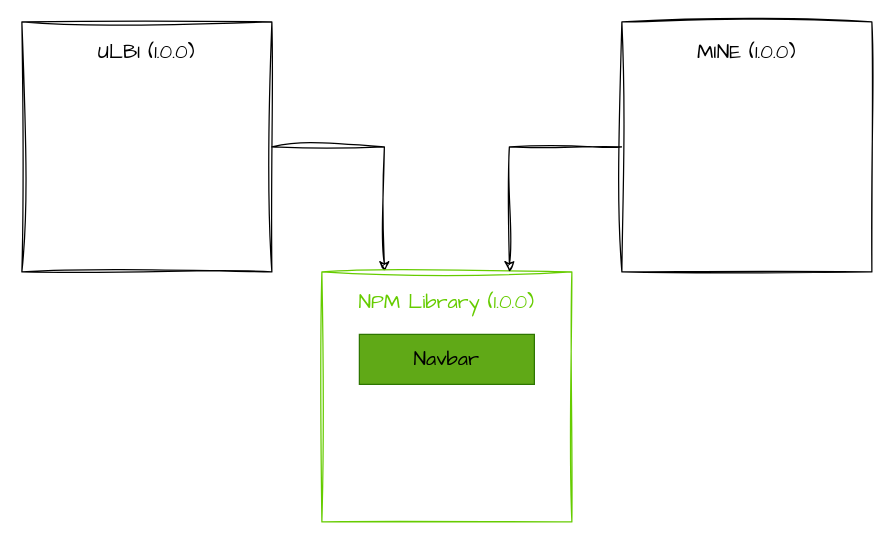
Before: page "NPM" (2 of 5) of architecture.dio in Elijah-I/ULBI, a draw.io diagram. Source tidied: cells renumbered, new cells numbered last; positions are measured from the earlier drawing's top-left corner, leaving out a move shared by most shapes. Both pictures are drawn from the tidied source at 125%, with x=0, y=0 at pixel (21, 21).
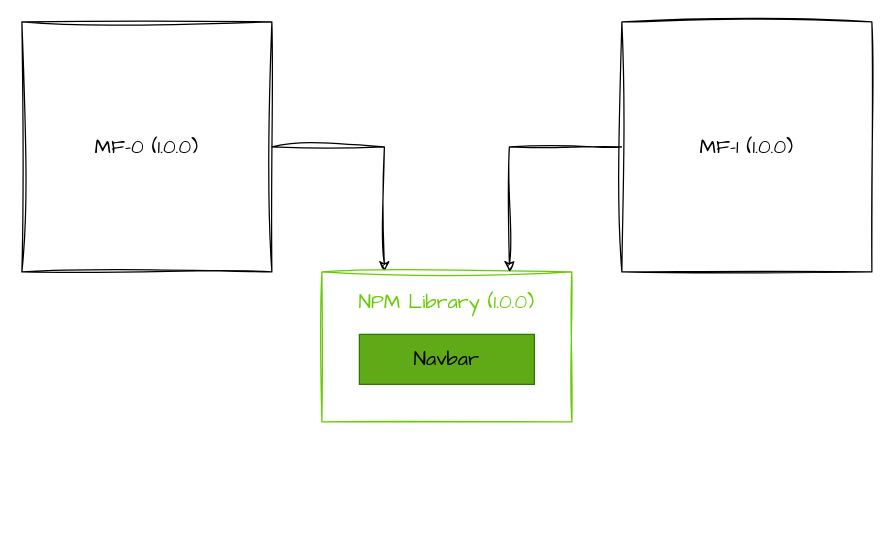
The same page after the edit.

Change to the diagram source:
```diff
@@
 <mxGraphModel>
   <root>
     <mxCell id="0" />
     <mxCell id="1" parent="0" />
     <mxCell id="2" style="edgeStyle=none;html=1;exitX=1;exitY=0.5;exitDx=0;exitDy=0;fontSize=16;fontColor=#000000;entryX=0.25;entryY=0;entryDx=0;entryDy=0;rounded=0;sketch=1;curveFitting=1;jiggle=2;" parent="1" edge="1" source="3" target="4">
       <mxGeometry relative="1" as="geometry">
         <Array as="points">
           <mxPoint x="290" y="100" />
         </Array>
       </mxGeometry>
     </mxCell>
-    <mxCell id="3" value="&lt;font style=&quot;font-size: 16px;&quot;&gt;ULBI (1.0.0)&lt;/font&gt;" style="rounded=0;whiteSpace=wrap;html=1;horizontal=1;verticalAlign=top;fontSize=16;spacing=10;strokeWidth=1;sketch=1;curveFitting=1;jiggle=2;fontFamily=Comic Sans MS;" parent="1" vertex="1">
+    <mxCell id="3" value="&lt;font style=&quot;font-size: 16px;&quot;&gt;MF-0 (1.0.0)&lt;/font&gt;" style="rounded=0;whiteSpace=wrap;html=1;horizontal=1;verticalAlign=middle;fontSize=16;spacing=10;strokeWidth=1;sketch=1;curveFitting=1;jiggle=2;fontFamily=Comic Sans MS;" parent="1" vertex="1">
       <mxGeometry width="200" height="200" as="geometry" />
     </mxCell>
     <mxCell id="4" value="&lt;font color=&quot;#66cc00&quot; style=&quot;font-size: 16px;&quot;&gt;NPM Library (1.0.0)&lt;/font&gt;" style="rounded=0;whiteSpace=wrap;html=1;horizontal=1;verticalAlign=top;fontSize=16;spacing=10;strokeWidth=1;strokeColor=#66CC00;sketch=1;curveFitting=1;jiggle=2;fontFamily=Comic Sans MS;" parent="1" vertex="1">
-      <mxGeometry x="240" y="200" width="200" height="200" as="geometry" />
+      <mxGeometry x="240" y="200" width="200" height="120" as="geometry" />
     </mxCell>
     <mxCell id="5" value="&lt;font color=&quot;#000000&quot;&gt;Navbar&lt;/font&gt;" style="rounded=0;whiteSpace=wrap;html=1;fontSize=16;strokeColor=#2D7600;fillColor=#60a917;fontColor=#ffffff;fontFamily=Comic Sans MS;" parent="1" vertex="1">
       <mxGeometry x="270" y="250" width="140" height="40" as="geometry" />
     </mxCell>
     <mxCell id="6" style="edgeStyle=none;html=1;fontSize=16;fontColor=#000000;entryX=0.75;entryY=0;entryDx=0;entryDy=0;rounded=0;sketch=1;curveFitting=1;jiggle=2;" parent="1" edge="1" source="7" target="4">
       <mxGeometry relative="1" as="geometry">
         <Array as="points">
           <mxPoint x="390" y="100" />
         </Array>
       </mxGeometry>
     </mxCell>
-    <mxCell id="7" value="&lt;font style=&quot;font-size: 16px;&quot;&gt;MINE (1.0.0)&lt;/font&gt;" style="rounded=0;whiteSpace=wrap;html=1;horizontal=1;verticalAlign=top;fontSize=16;spacing=10;strokeWidth=1;sketch=1;curveFitting=1;jiggle=2;fontFamily=Comic Sans MS;" parent="1" vertex="1">
+    <mxCell id="7" value="&lt;font style=&quot;font-size: 16px;&quot;&gt;MF-1 (1.0.0)&lt;/font&gt;" style="rounded=0;whiteSpace=wrap;html=1;horizontal=1;verticalAlign=middle;fontSize=16;spacing=10;strokeWidth=1;sketch=1;curveFitting=1;jiggle=2;fontFamily=Comic Sans MS;" parent="1" vertex="1">
       <mxGeometry x="480" width="200" height="200" as="geometry" />
     </mxCell>
   </root>
 </mxGraphModel>
```
